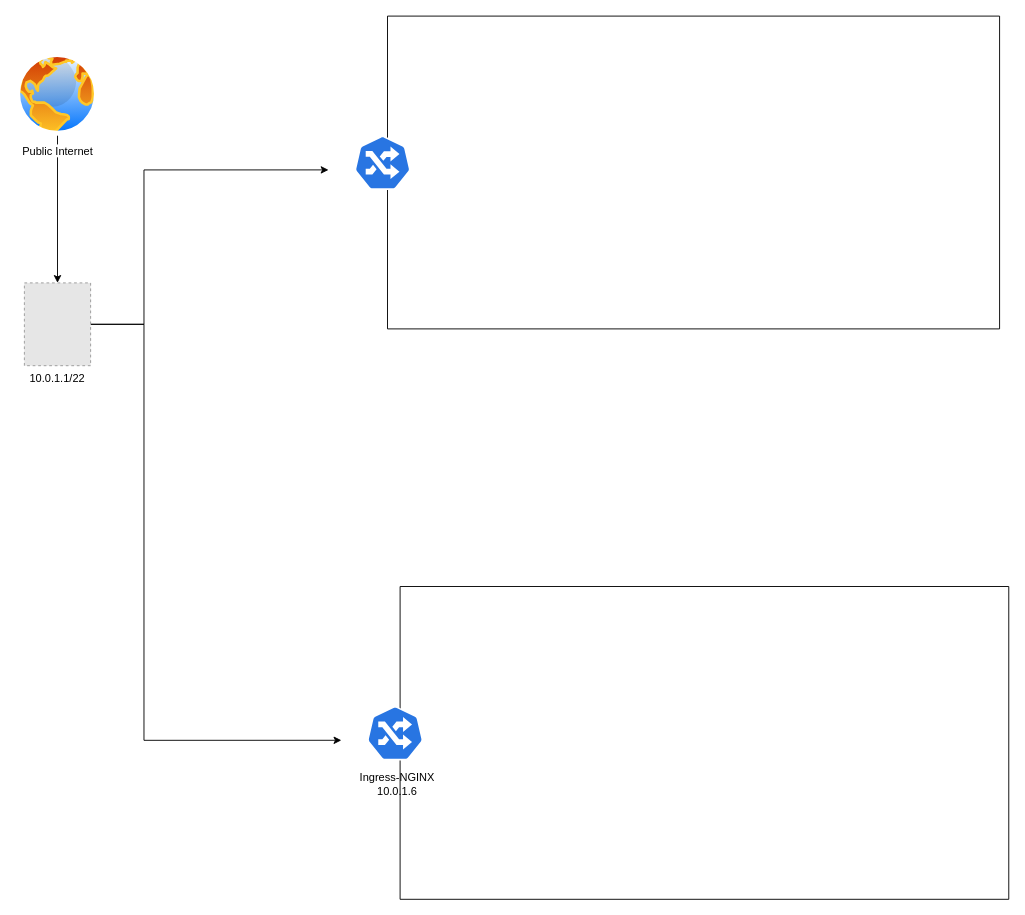
Earlier version of the draw.io diagram docs/diagrams/cluster-networking.drawio (rafaribe/home-ops). Source tidied: cells renumbered, new cells numbered last; positions are measured from the earlier drawing's top-left corner, leaving out a move shared by most shapes. Both pictures are drawn from the tidied source at 92%, with x=0, y=0 at pixel (16, 16). Pictures stored in the file or linked from it are replaced by grey dashed boxes.
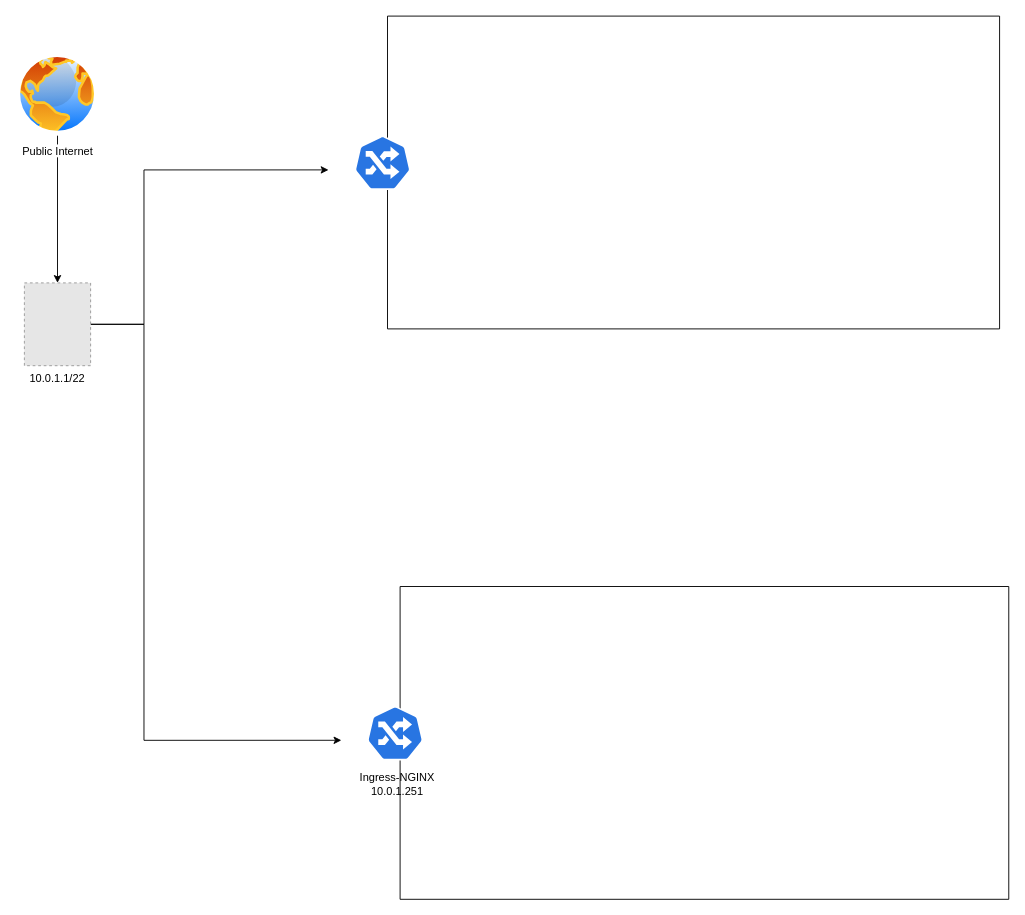
Above is the later version.

Diff of the diagram source:
```diff
@@
 <mxGraphModel>
   <root>
     <mxCell id="0" />
     <mxCell id="1" parent="0" />
     <mxCell id="2" style="edgeStyle=orthogonalEdgeStyle;rounded=0;jettySize=auto;html=1;exitX=1;exitY=0.5;exitDx=0;exitDy=0;entryX=0.005;entryY=0.63;entryDx=0;entryDy=0;entryPerimeter=0;" parent="1" edge="1" source="4" target="9">
       <mxGeometry relative="1" as="geometry">
         <Array as="points">
           <mxPoint x="139" y="335" />
           <mxPoint x="139" y="167" />
         </Array>
       </mxGeometry>
     </mxCell>
     <mxCell id="3" style="edgeStyle=orthogonalEdgeStyle;rounded=0;jettySize=auto;html=1;entryX=0.005;entryY=0.63;entryDx=0;entryDy=0;entryPerimeter=0;" parent="1" edge="1" source="4" target="12">
       <mxGeometry relative="1" as="geometry">
         <Array as="points">
           <mxPoint x="139" y="335" />
           <mxPoint x="139" y="787" />
         </Array>
       </mxGeometry>
     </mxCell>
     <mxCell id="4" value="10.0.1.1/22" style="fillColor=#E6E6E6;strokeColor=#999999;dashed=1;verticalLabelPosition=bottom;verticalAlign=top;" parent="1" vertex="1">
       <mxGeometry x="9" y="290" width="72" height="90" as="geometry" />
     </mxCell>
     <mxCell id="5" style="edgeStyle=orthogonalEdgeStyle;rounded=0;jettySize=auto;html=1;exitX=0.5;exitY=1;exitDx=0;exitDy=0;" parent="1" edge="1" source="6" target="4">
       <mxGeometry relative="1" as="geometry" />
     </mxCell>
     <mxCell id="6" value="Public Internet" style="perimeter=ellipsePerimeter;html=1;align=center;shadow=0;dashed=0;spacingTop=3;image;image=img/lib/active_directory/internet_globe.svg;" parent="1" vertex="1">
       <mxGeometry y="40" width="90" height="90" as="geometry" />
     </mxCell>
     <mxCell id="7" style="group;" parent="1" vertex="1">
       <mxGeometry x="339" width="730" height="340" as="geometry" />
     </mxCell>
     <mxCell id="8" style="verticalLabelPosition=bottom;verticalAlign=top;html=1;shape=mxgraph.basic.rect;fillColor2=none;strokeWidth=1;size=20;indent=5;" parent="7" vertex="1">
       <mxGeometry x="64.7" width="665.3" height="340" as="geometry" />
     </mxCell>
     <mxCell id="9" style="sketch=0;html=1;dashed=0;whitespace=wrap;fillColor=#2875E2;strokeColor=#ffffff;points=[[0.005,0.63,0],[0.1,0.2,0],[0.9,0.2,0],[0.5,0,0],[0.995,0.63,0],[0.72,0.99,0],[0.5,1,0],[0.28,0.99,0]];verticalLabelPosition=bottom;align=center;verticalAlign=top;shape=mxgraph.kubernetes.icon;prIcon=ing;" parent="7" vertex="1">
       <mxGeometry y="130" width="118.7" height="59" as="geometry" />
     </mxCell>
     <mxCell id="10" style="group;" parent="1" vertex="1">
       <mxGeometry x="353" y="620" width="726" height="340" as="geometry" />
     </mxCell>
     <mxCell id="11" style="verticalLabelPosition=bottom;verticalAlign=top;html=1;shape=mxgraph.basic.rect;fillColor2=none;strokeWidth=1;size=20;indent=5;" parent="10" vertex="1">
       <mxGeometry x="64.4" width="661.6" height="340" as="geometry" />
     </mxCell>
     <mxCell id="12" style="sketch=0;html=1;dashed=0;whitespace=wrap;fillColor=#2875E2;strokeColor=#ffffff;points=[[0.005,0.63,0],[0.1,0.2,0],[0.9,0.2,0],[0.5,0,0],[0.995,0.63,0],[0.72,0.99,0],[0.5,1,0],[0.28,0.99,0]];verticalLabelPosition=bottom;align=center;verticalAlign=top;shape=mxgraph.kubernetes.icon;prIcon=ing;" parent="10" vertex="1">
       <mxGeometry y="130" width="118" height="59" as="geometry" />
     </mxCell>
-    <mxCell id="13" value="Ingress-NGINX&lt;br&gt;10.0.1.6" style="text;html=1;align=center;verticalAlign=middle;strokeColor=none;fillColor=none;" parent="10" vertex="1">
+    <mxCell id="13" value="Ingress-NGINX&lt;br&gt;10.0.1.251" style="text;html=1;align=center;verticalAlign=middle;strokeColor=none;fillColor=none;" parent="10" vertex="1">
       <mxGeometry x="11" y="195" width="100" height="40" as="geometry" />
     </mxCell>
   </root>
 </mxGraphModel>
```
